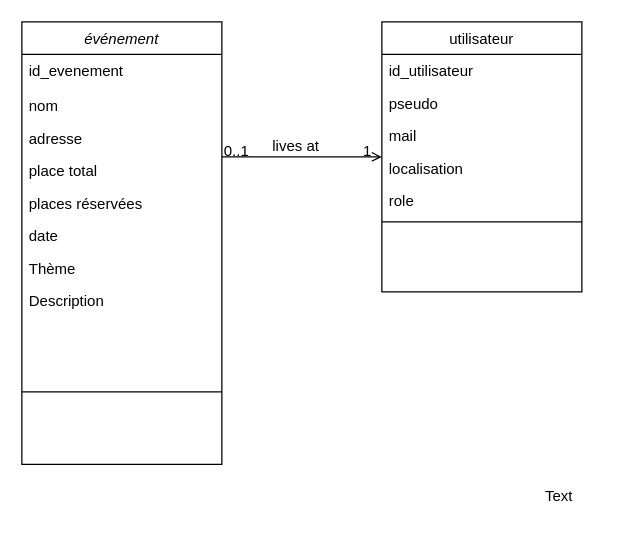
Before: Untitled Diagram.drawio in Lucas-formation/challenge-48h-2022, a draw.io diagram. Source tidied: cells renumbered, new cells numbered last; positions are measured from the earlier drawing's top-left corner, leaving out a move shared by most shapes. Both pictures are drawn from the tidied source at 125%, with x=0, y=0 at pixel (21, 21).
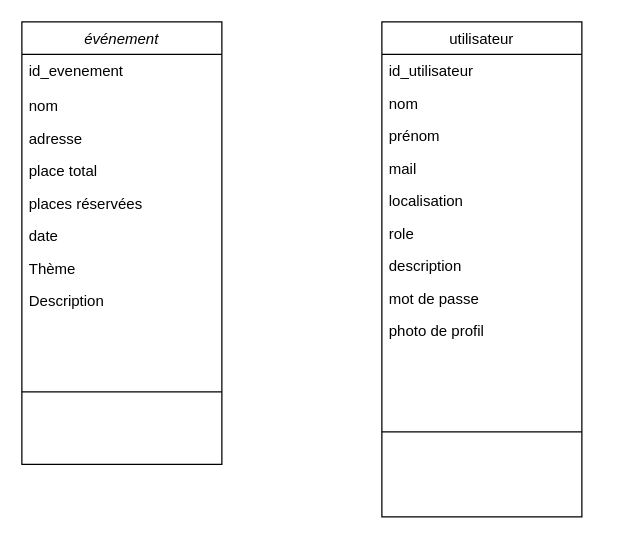
The same diagram, later.

The change refers to these unchanged cells:
```xml
<mxCell id="2" value="événement" style="swimlane;fontStyle=2;align=center;verticalAlign=top;horizontal=1;startSize=26;rounded=0;shadow=0;strokeWidth=1;" parent="1" vertex="1">
  <mxGeometry width="160" height="354" as="geometry" />
</mxCell>
```

Change to the diagram source:
```diff
@@
     <mxCell id="12" value="utilisateur" style="swimlane;fontStyle=0;align=center;verticalAlign=top;horizontal=1;startSize=26;rounded=0;shadow=0;strokeWidth=1;" parent="1" vertex="1">
-      <mxGeometry x="288" width="160" height="216" as="geometry" />
+      <mxGeometry x="288" width="160" height="396" as="geometry" />
     </mxCell>
@@
-    <mxCell id="14" value="pseudo" style="text;align=left;verticalAlign=top;spacingLeft=4;spacingRight=4;overflow=hidden;rounded=0;shadow=0;html=0;" parent="12" vertex="1">
+    <mxCell id="14" value="nom" style="text;align=left;verticalAlign=top;spacingLeft=4;spacingRight=4;overflow=hidden;rounded=0;shadow=0;html=0;" parent="12" vertex="1">
       <mxGeometry y="52" width="160" height="26" as="geometry" />
     </mxCell>
+    <mxCell id="24" value="prénom" style="text;align=left;verticalAlign=top;spacingLeft=4;spacingRight=4;overflow=hidden;rounded=0;shadow=0;html=0;" parent="12" vertex="1">
+      <mxGeometry y="78" width="160" height="26" as="geometry" />
+    </mxCell>
     <mxCell id="15" value="mail" style="text;align=left;verticalAlign=top;spacingLeft=4;spacingRight=4;overflow=hidden;rounded=0;shadow=0;html=0;" parent="12" vertex="1">
-      <mxGeometry y="78" width="160" height="26" as="geometry" />
+      <mxGeometry y="104" width="160" height="26" as="geometry" />
     </mxCell>
     <mxCell id="16" value="localisation" style="text;align=left;verticalAlign=top;spacingLeft=4;spacingRight=4;overflow=hidden;rounded=0;shadow=0;html=0;" parent="12" vertex="1">
-      <mxGeometry y="104" width="160" height="26" as="geometry" />
+      <mxGeometry y="130" width="160" height="26" as="geometry" />
     </mxCell>
     <mxCell id="17" value="role" style="text;align=left;verticalAlign=top;spacingLeft=4;spacingRight=4;overflow=hidden;rounded=0;shadow=0;html=0;" parent="12" vertex="1">
-      <mxGeometry y="130" width="160" height="26" as="geometry" />
+      <mxGeometry y="156" width="160" height="26" as="geometry" />
     </mxCell>
+    <mxCell id="25" value="description" style="text;align=left;verticalAlign=top;spacingLeft=4;spacingRight=4;overflow=hidden;rounded=0;shadow=0;html=0;" parent="12" vertex="1">
+      <mxGeometry y="182" width="160" height="26" as="geometry" />
+    </mxCell>
+    <mxCell id="26" value="mot de passe" style="text;align=left;verticalAlign=top;spacingLeft=4;spacingRight=4;overflow=hidden;rounded=0;shadow=0;html=0;" parent="12" vertex="1">
+      <mxGeometry y="208" width="160" height="26" as="geometry" />
+    </mxCell>
+    <mxCell id="27" value="photo de profil" style="text;align=left;verticalAlign=top;spacingLeft=4;spacingRight=4;overflow=hidden;rounded=0;shadow=0;html=0;" parent="12" vertex="1">
+      <mxGeometry y="234" width="160" height="26" as="geometry" />
+    </mxCell>
     <mxCell id="18" style="line;html=1;strokeWidth=1;align=left;verticalAlign=middle;spacingTop=-1;spacingLeft=3;spacingRight=3;labelPosition=right;" parent="12" vertex="1">
-      <mxGeometry y="156" width="160" height="8" as="geometry" />
+      <mxGeometry y="260" width="160" height="136" as="geometry" />
     </mxCell>
-    <mxCell id="19" style="endArrow=open;shadow=0;strokeWidth=1;rounded=0;endFill=1;edgeStyle=elbowEdgeStyle;elbow=vertical;" parent="1" edge="1" source="2" target="12">
-      <mxGeometry x="0.5" y="41" relative="1" as="geometry">
-        <mxPoint x="-40" y="32" as="offset" />
-      </mxGeometry>
-    </mxCell>
-    <mxCell id="20" value="0..1" style="align=left;verticalAlign=bottom;labelBackgroundColor=none;fontSize=12;" parent="19" vertex="1">
-      <mxGeometry x="-1" relative="1" as="geometry">
-        <mxPoint y="4" as="offset" />
-      </mxGeometry>
-    </mxCell>
-    <mxCell id="21" value="1" style="align=right;verticalAlign=bottom;labelBackgroundColor=none;fontSize=12;" parent="19" vertex="1">
-      <mxGeometry x="1" relative="1" as="geometry">
-        <mxPoint x="-7" y="4" as="offset" />
-      </mxGeometry>
-    </mxCell>
-    <mxCell id="22" value="lives at" style="text;html=1;align=center;verticalAlign=middle;labelBackgroundColor=none;rounded=0;shadow=0;strokeWidth=1;fontSize=12;" parent="19" vertex="1">
-      <mxGeometry x="0.5" y="49" relative="1" as="geometry">
-        <mxPoint x="-38" y="40" as="offset" />
-      </mxGeometry>
-    </mxCell>
-    <mxCell id="23" value="Text" style="text;html=1;strokeColor=none;fillColor=none;align=center;verticalAlign=middle;whiteSpace=wrap;rounded=0;" parent="1" vertex="1">
-      <mxGeometry x="400" y="365" width="60" height="30" as="geometry" />
-    </mxCell>
```
